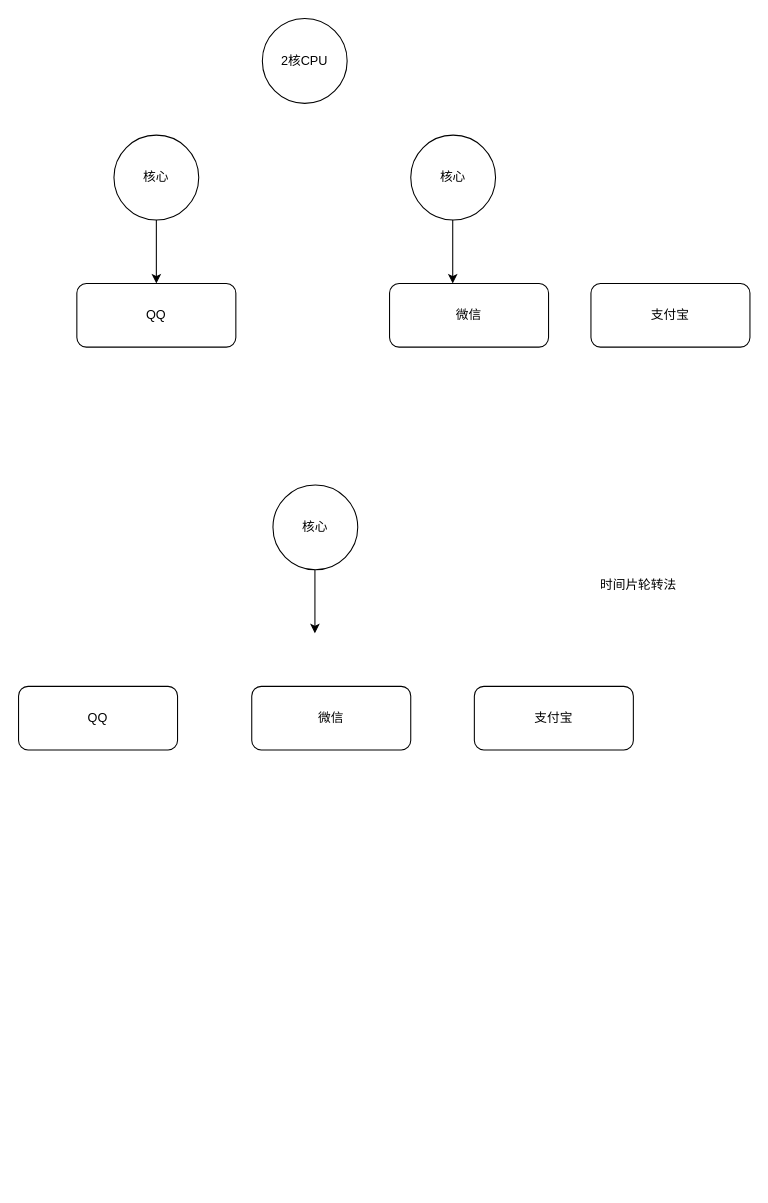
Earlier version of the draw.io diagram 多任务.drawio (xp-bear/drawio). Source tidied: cells renumbered, new cells numbered last; positions are measured from the earlier drawing's top-left corner, leaving out a move shared by most shapes. Both pictures are drawn from the tidied source at 106%, with x=0, y=0 at pixel (18, 18).
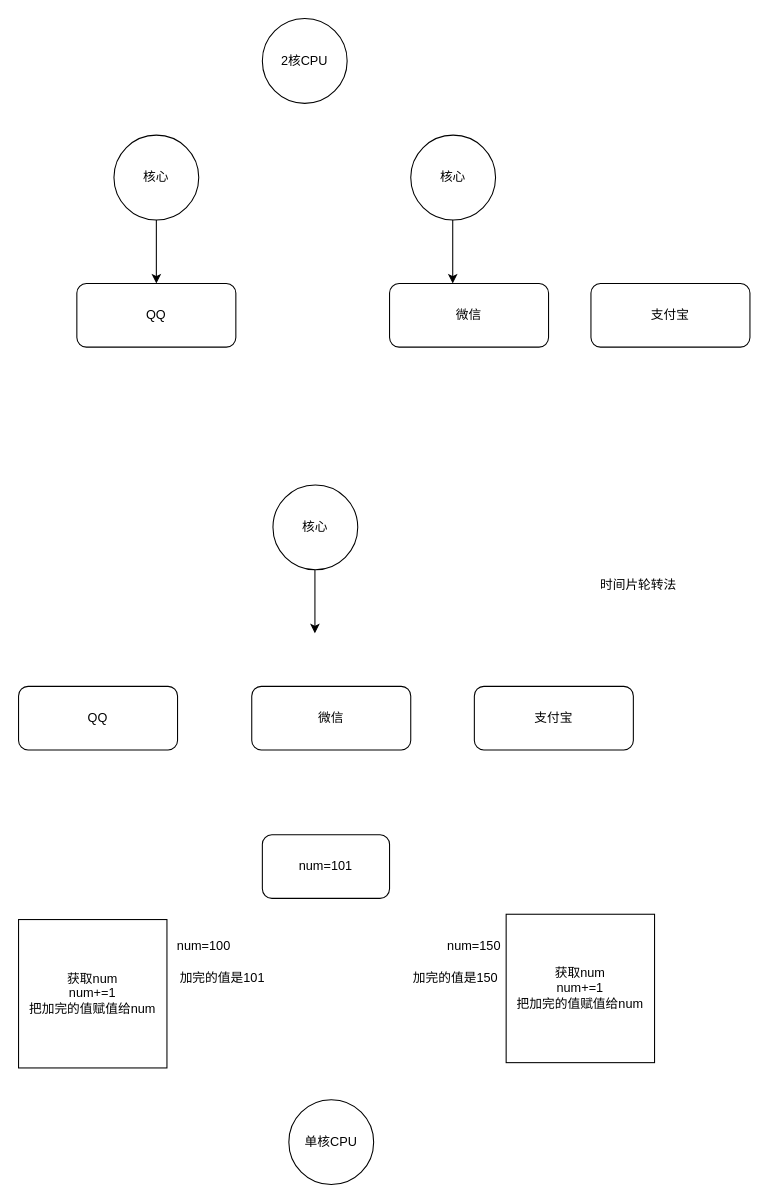
The same diagram, later.

Change to the diagram source:
```diff
@@
+    <mxCell id="16" value="num=101" style="rounded=1;whiteSpace=wrap;html=1;" parent="1" vertex="1">
+      <mxGeometry x="230" y="770" width="120" height="60" as="geometry" />
+    </mxCell>
+    <mxCell id="17" value="获取num&lt;br&gt;num+=1&lt;br&gt;把加完的值赋值给num" style="whiteSpace=wrap;html=1;" parent="1" vertex="1">
+      <mxGeometry y="850" width="140" height="140" as="geometry" />
+    </mxCell>
+    <mxCell id="18" value="&lt;span style=&quot;&quot;&gt;获取num&lt;/span&gt;&lt;br style=&quot;&quot;&gt;&lt;span style=&quot;&quot;&gt;num+=1&lt;/span&gt;&lt;br style=&quot;&quot;&gt;&lt;span style=&quot;&quot;&gt;把加完的值赋值给num&lt;/span&gt;" style="whiteSpace=wrap;html=1;" parent="1" vertex="1">
+      <mxGeometry x="460" y="845" width="140" height="140" as="geometry" />
+    </mxCell>
+    <mxCell id="19" value="单核CPU" style="ellipse;whiteSpace=wrap;html=1;" parent="1" vertex="1">
+      <mxGeometry x="255" y="1020" width="80" height="80" as="geometry" />
+    </mxCell>
+    <mxCell id="20" value="num=100" style="text;html=1;strokeColor=none;fillColor=none;align=center;verticalAlign=middle;whiteSpace=wrap;rounded=0;" parent="1" vertex="1">
+      <mxGeometry x="145" y="860" width="60" height="30" as="geometry" />
+    </mxCell>
+    <mxCell id="21" value="num=150" style="text;html=1;strokeColor=none;fillColor=none;align=center;verticalAlign=middle;whiteSpace=wrap;rounded=0;" parent="1" vertex="1">
+      <mxGeometry x="400" y="860" width="60" height="30" as="geometry" />
+    </mxCell>
+    <mxCell id="22" value="加完的值是101" style="text;html=1;strokeColor=none;fillColor=none;align=center;verticalAlign=middle;whiteSpace=wrap;rounded=0;" parent="1" vertex="1">
+      <mxGeometry x="145" y="890" width="95" height="30" as="geometry" />
+    </mxCell>
+    <mxCell id="23" value="加完的值是150" style="text;html=1;strokeColor=none;fillColor=none;align=center;verticalAlign=middle;whiteSpace=wrap;rounded=0;" parent="1" vertex="1">
+      <mxGeometry x="365" y="890" width="95" height="30" as="geometry" />
+    </mxCell>
```
